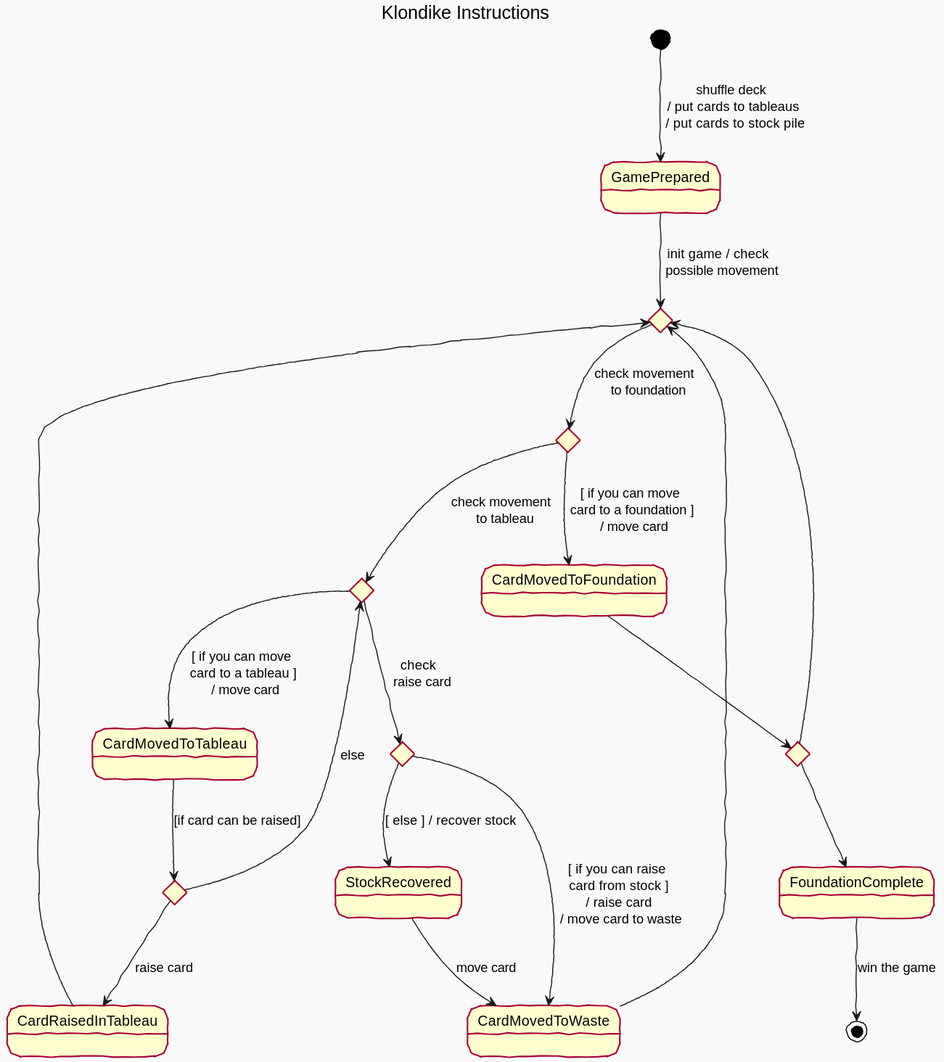
This is software/game-klondike/docs/images/klondike--instructions.svg from USantaTecla-ed-mpds/lab-boole, a PlantUML export, as it was before one commit. Its diagram source:
```plantuml
@startuml klondike--instructions
skinparam handwritten true
!theme mars

title Klondike Instructions

state GamePrepared

state CheckPossibleMovements <<choice>>
state CheckFoundation <<choice>>
state CheckTableau <<choice>>
state CheckRaiseCard <<choice>>
state CheckFoundationComplete <<choice>>
state CheckSwipeCard <<choice>>

state CardMovedToFoundation
state CardMovedToTableau
state CardMovedToWaste
state CardRaisedInTableau

state StockRecovered
state FoundationComplete


[*] --> GamePrepared : shuffle deck \n / put cards to tableaus \n / put cards to stock pile
GamePrepared --> CheckPossibleMovements : init game / check \n possible movement

CheckPossibleMovements --> CheckFoundation : check movement \n to foundation
CheckFoundation --> CardMovedToFoundation : [ if you can move \n card to a foundation ] \n / move card
CardMovedToFoundation --> CheckFoundationComplete
CheckFoundationComplete --> FoundationComplete

CheckFoundationComplete --> CheckPossibleMovements

CheckFoundation --> CheckTableau : check movement \n to tableau
CheckTableau --> CardMovedToTableau : [ if you can move \n card to a tableau ] \n / move card

CardMovedToTableau --> CheckSwipeCard : [if card can be raised]
CheckSwipeCard --> CardRaisedInTableau : raise card
CheckSwipeCard --> CheckTableau : else
CardRaisedInTableau --> CheckPossibleMovements

CheckTableau --> CheckRaiseCard : check \n raise card
CheckRaiseCard -->CardMovedToWaste : [ if you can raise \n card from stock ] \n / raise card \n / move card to waste
CheckRaiseCard --> StockRecovered : [ else ] / recover stock
StockRecovered --> CardMovedToWaste : move card

CardMovedToWaste --> CheckPossibleMovements

FoundationComplete --> [*] : win the game


@enduml
```
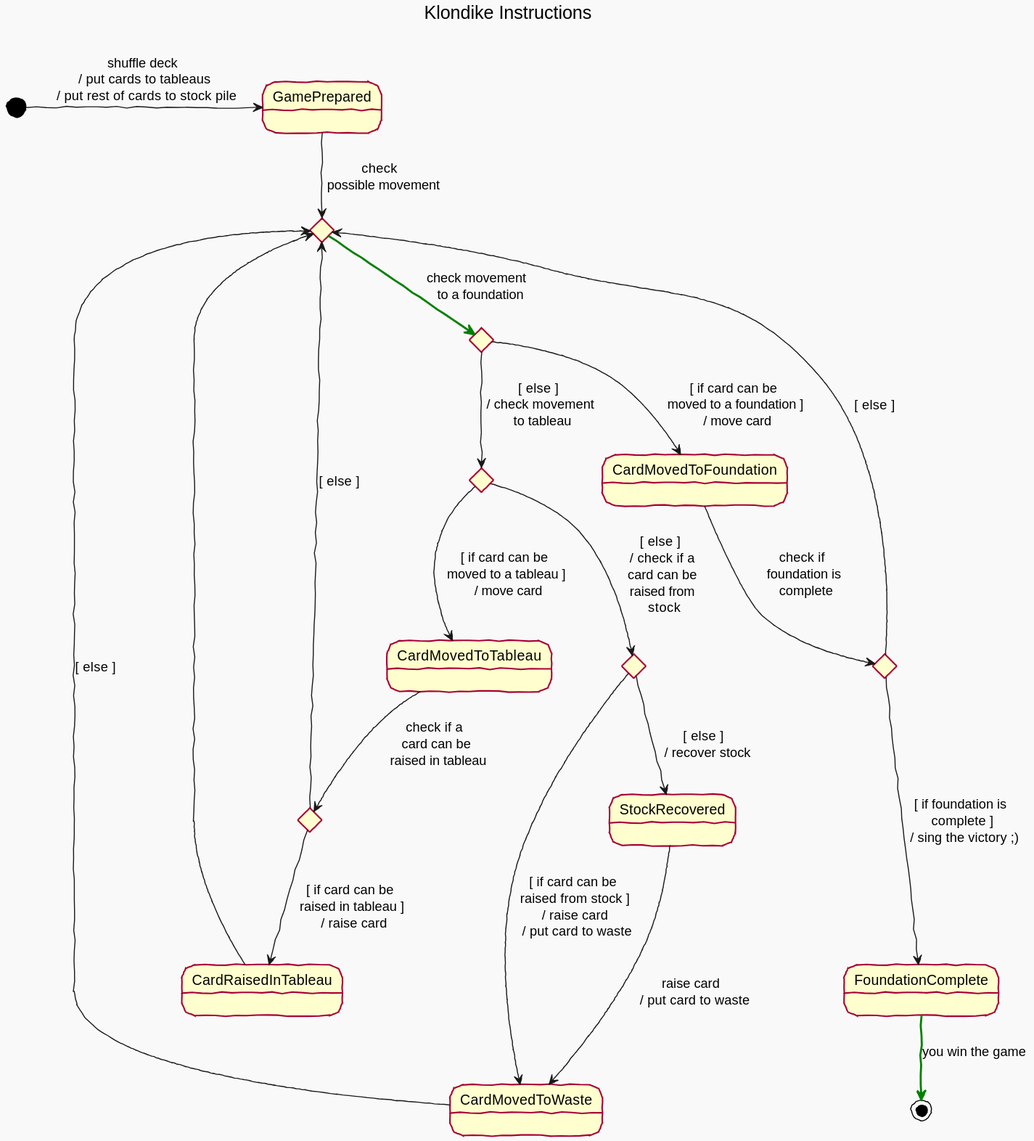
After the commit.

Diff of the diagram source:
```diff
@@ -1,53 +1,46 @@
 @startuml klondike--instructions
+
 skinparam handwritten true
+skinparam nodesep 50
+skinparam ranksep 50
 !theme mars
 
-title Klondike Instructions
+title Klondike Instructions \n
 
 state GamePrepared
-
-state CheckPossibleMovements <<choice>>
-state CheckFoundation <<choice>>
-state CheckTableau <<choice>>
-state CheckRaiseCard <<choice>>
-state CheckFoundationComplete <<choice>>
-state CheckSwipeCard <<choice>>
-
+state _CheckPossibleMovement <<choice>>
+state _CheckMoveToFoundation <<choice>>
+state _CheckMoveToTableau <<choice>>
+state _CheckRaiseCardFromStock <<choice>>
+state _CheckRaiseInTableau <<choice>>
+state _CheckFoundationComplete <<choice>>
 state CardMovedToFoundation
 state CardMovedToTableau
 state CardMovedToWaste
 state CardRaisedInTableau
-
 state StockRecovered
 state FoundationComplete
 
 
-[*] --> GamePrepared : shuffle deck \n / put cards to tableaus \n / put cards to stock pile
-GamePrepared --> CheckPossibleMovements : init game / check \n possible movement
-
-CheckPossibleMovements --> CheckFoundation : check movement \n to foundation
-CheckFoundation --> CardMovedToFoundation : [ if you can move \n card to a foundation ] \n / move card
-CardMovedToFoundation --> CheckFoundationComplete
-CheckFoundationComplete --> FoundationComplete
-
-CheckFoundationComplete --> CheckPossibleMovements
-
-CheckFoundation --> CheckTableau : check movement \n to tableau
-CheckTableau --> CardMovedToTableau : [ if you can move \n card to a tableau ] \n / move card
-
-CardMovedToTableau --> CheckSwipeCard : [if card can be raised]
-CheckSwipeCard --> CardRaisedInTableau : raise card
-CheckSwipeCard --> CheckTableau : else
-CardRaisedInTableau --> CheckPossibleMovements
-
-CheckTableau --> CheckRaiseCard : check \n raise card
-CheckRaiseCard -->CardMovedToWaste : [ if you can raise \n card from stock ] \n / raise card \n / move card to waste
-CheckRaiseCard --> StockRecovered : [ else ] / recover stock
-StockRecovered --> CardMovedToWaste : move card
-
-CardMovedToWaste --> CheckPossibleMovements
-
-FoundationComplete --> [*] : win the game
+[*]                         -r-> GamePrepared : shuffle deck \n / put cards to tableaus \n / put rest of cards to stock pile
+GamePrepared                --> _CheckPossibleMovement : check \n possible movement
+_CheckPossibleMovement      -[#green,bold]-> _CheckMoveToFoundation : check movement \n to a foundation
+_CheckMoveToFoundation      --> CardMovedToFoundation : [ if card can be \n moved to a foundation ] \n / move card
+CardMovedToFoundation       --> _CheckFoundationComplete : check if \n foundation is \n complete
+_CheckFoundationComplete    ---> FoundationComplete : [ if foundation is \n complete ] \n / sing the victory ;)
+_CheckFoundationComplete    --> _CheckPossibleMovement : [ else ]
+_CheckMoveToFoundation      --> _CheckMoveToTableau : [ else ] \n / check movement \n to tableau
+_CheckMoveToTableau         --> CardMovedToTableau : [ if card can be \n moved to a tableau ] \n / move card
+CardMovedToTableau          --> _CheckRaiseInTableau : check if a \n card can be \n raised in tableau
+_CheckRaiseInTableau        --> CardRaisedInTableau : [ if card can be \n raised in tableau ] \n / raise card
+_CheckRaiseInTableau        --> _CheckPossibleMovement : [ else ]
+CardRaisedInTableau         --> _CheckPossibleMovement
+_CheckMoveToTableau         --> _CheckRaiseCardFromStock : [ else ] \n / check if a \n card can be \n raised from \n stock
+_CheckRaiseCardFromStock    --> CardMovedToWaste : [ if card can be \n raised from stock ] \n / raise card \n / put card to waste
+_CheckRaiseCardFromStock    --> StockRecovered : [ else ] \n / recover stock
+StockRecovered              ---> CardMovedToWaste : raise card \n / put card to waste
+CardMovedToWaste            --> _CheckPossibleMovement : [ else ]
+FoundationComplete          -[#green,bold]-> [*] : you win the game
 
 
 @enduml
```
